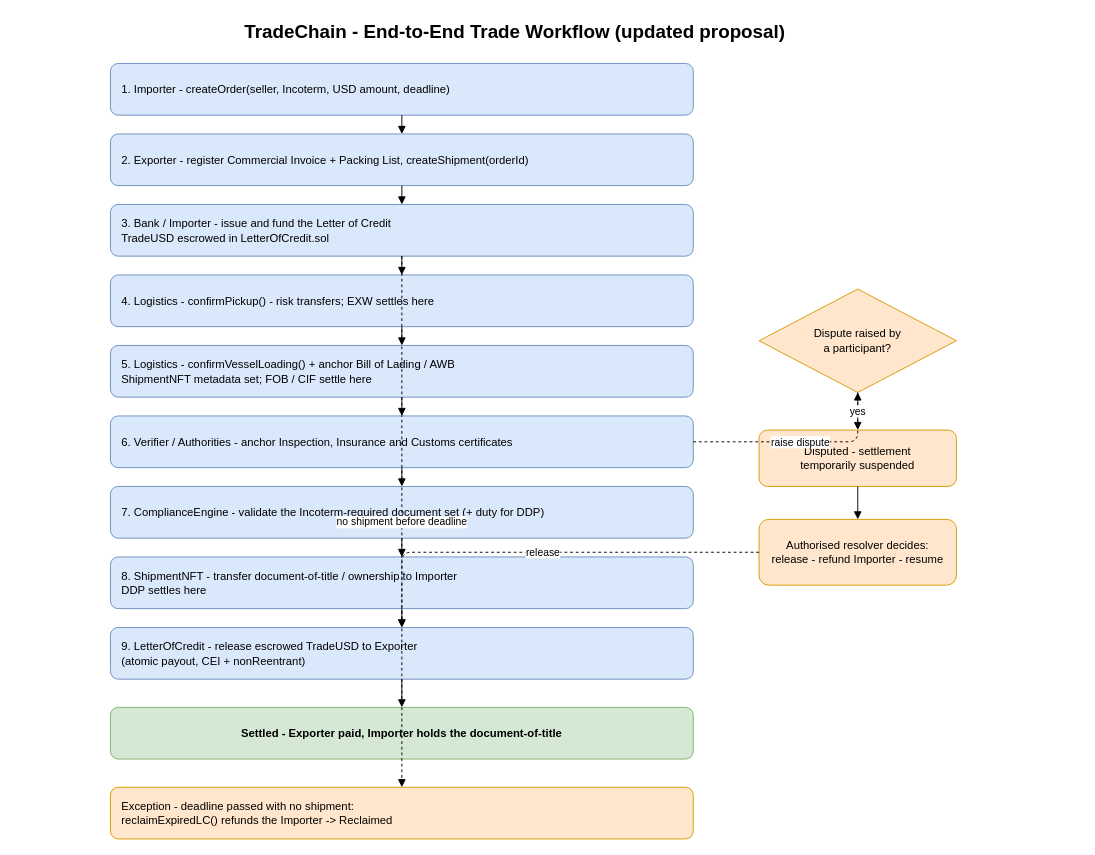
The draw.io diagram page "Workflow" (2 of 2) of docs/diagrams/TradeChain.drawio in hoi88ki/CSIT5760-Individual-Project, before the edit. Source tidied: cells renumbered, new cells numbered last; positions are measured from the earlier drawing's top-left corner, leaving out a move shared by most shapes. Both pictures are drawn from the tidied source at 94%, with x=0, y=0 at pixel (16, 16).
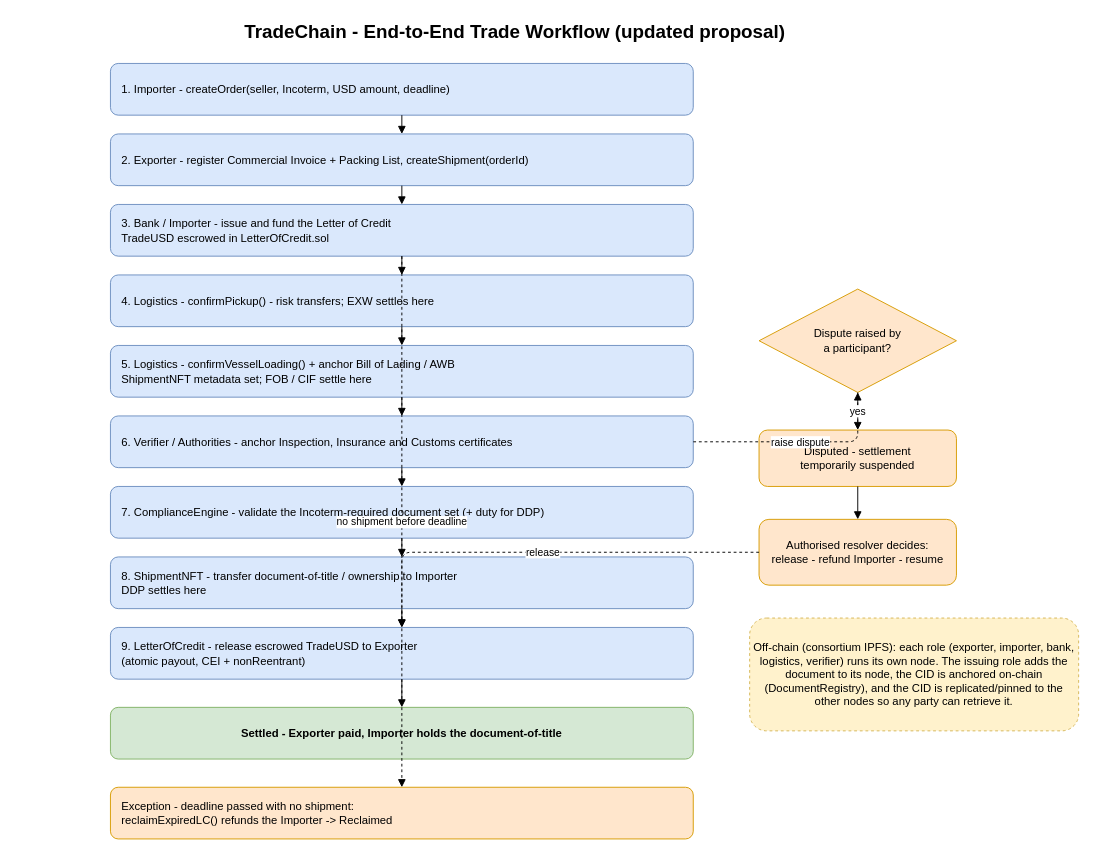
After the change.

Commit message (it also covers changes not shown here):
feat(ipfs): consortium per-role IPFS model + proposal v3 review

Diff of the diagram source:
```diff
@@
+    <mxCell id="31" value="Off-chain (consortium IPFS): each role (exporter, importer, bank, logistics, verifier) runs its own node. The issuing role adds the document to its node, the CID is anchored on-chain (DocumentRegistry), and the CID is replicated/pinned to the other nodes so any party can retrieve it." style="rounded=1;whiteSpace=wrap;html=1;fillColor=#fff2cc;strokeColor=#d6b656;dashed=1;" parent="1" vertex="1">
+      <mxGeometry x="780" y="640" width="350" height="120" as="geometry" />
+    </mxCell>
```
